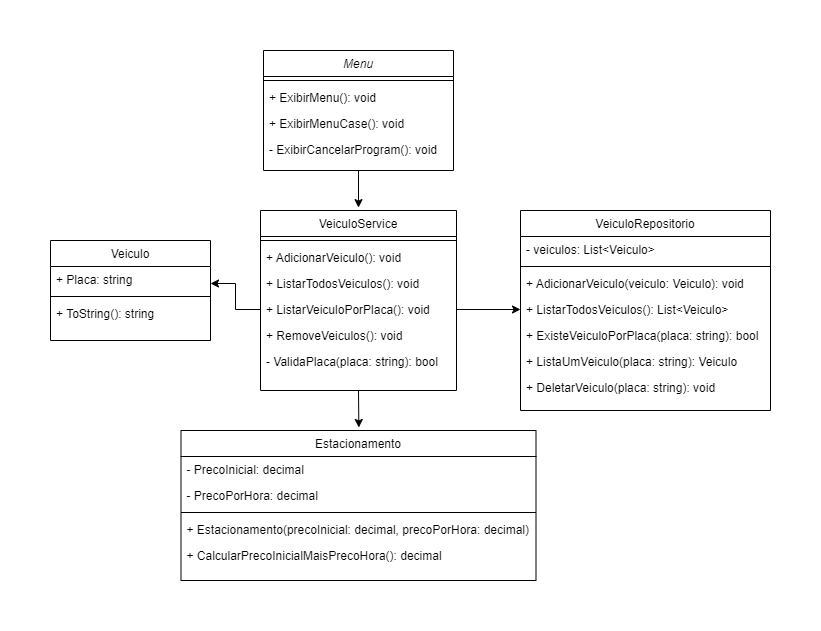
Before: image/diagramaClasse.drawio.png, a diagram exported from draw.io (digitalinnovationone/trilha-net-fundamentos-desafio). Source tidied: cells renumbered, new cells last; positions are measured from the earlier drawing's top-left corner, leaving out a move shared by most shapes.
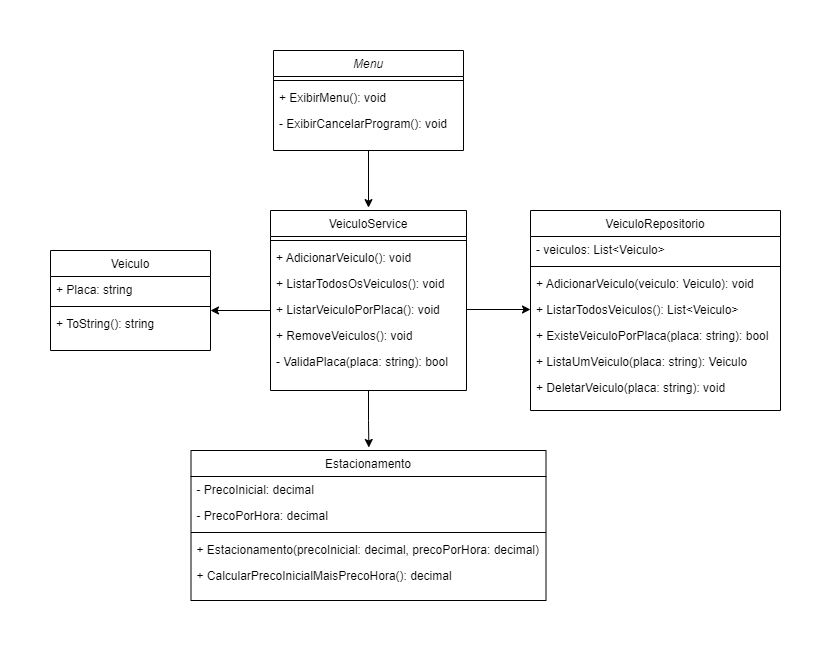
Later version of the same file.

Commit message:
Correção do diagrama de classe

The edit, as a diff of the source:
```diff
@@ -3,7 +3,7 @@
     <mxCell id="0" />
     <mxCell id="1" parent="0" />
     <mxCell id="2" value="Menu" style="swimlane;fontStyle=2;align=center;verticalAlign=top;horizontal=1;startSize=26;rounded=0;shadow=0;strokeWidth=1;" parent="1" vertex="1">
-      <mxGeometry x="213" width="190" height="120" as="geometry" />
+      <mxGeometry x="213" width="190" height="100" as="geometry" />
     </mxCell>
     <mxCell id="3" style="line;html=1;strokeWidth=1;align=left;verticalAlign=middle;spacingTop=-1;spacingLeft=3;spacingRight=3;labelPosition=right;" parent="2" vertex="1">
       <mxGeometry y="26" width="190" height="8" as="geometry" />
@@ -11,14 +11,11 @@
     <mxCell id="4" value="+ ExibirMenu(): void" style="text;align=left;verticalAlign=top;spacingLeft=4;spacingRight=4;overflow=hidden;" parent="2" vertex="1">
       <mxGeometry y="34" width="190" height="26" as="geometry" />
     </mxCell>
-    <mxCell id="5" value="+ ExibirMenuCase(): void" style="text;align=left;verticalAlign=top;spacingLeft=4;spacingRight=4;overflow=hidden;" parent="2" vertex="1">
-      <mxGeometry y="60" width="190" height="26" as="geometry" />
-    </mxCell>
     <mxCell id="6" value="- ExibirCancelarProgram(): void" style="text;align=left;verticalAlign=top;spacingLeft=4;spacingRight=4;overflow=hidden;" parent="2" vertex="1">
-      <mxGeometry y="86" width="190" height="26" as="geometry" />
+      <mxGeometry y="60" width="190" height="26" as="geometry" />
     </mxCell>
     <mxCell id="7" value="Veiculo" style="swimlane;fontStyle=0;align=center;verticalAlign=top;horizontal=1;startSize=26;rounded=0;shadow=0;strokeWidth=1;" parent="1" vertex="1">
-      <mxGeometry y="190" width="160" height="100" as="geometry" />
+      <mxGeometry x="-10" y="200" width="160" height="100" as="geometry" />
     </mxCell>
     <mxCell id="8" value="+ Placa: string" style="text;align=left;verticalAlign=top;spacingLeft=4;spacingRight=4;overflow=hidden;points=[[0,0.5],[1,0.5]];portConstraint=eastwest;" parent="7" vertex="1">
       <mxGeometry y="26" width="160" height="26" as="geometry" />
@@ -62,7 +59,7 @@
     <mxCell id="21" value="+ AdicionarVeiculo(): void" style="text;align=left;verticalAlign=top;spacingLeft=4;spacingRight=4;overflow=hidden;" parent="19" vertex="1">
       <mxGeometry y="34" width="196" height="26" as="geometry" />
     </mxCell>
-    <mxCell id="22" value="+ ListarTodosVeiculos(): void" style="text;align=left;verticalAlign=top;spacingLeft=4;spacingRight=4;overflow=hidden;" parent="19" vertex="1">
+    <mxCell id="22" value="+ ListarTodosOsVeiculos(): void" style="text;align=left;verticalAlign=top;spacingLeft=4;spacingRight=4;overflow=hidden;" parent="19" vertex="1">
       <mxGeometry y="60" width="196" height="26" as="geometry" />
     </mxCell>
     <mxCell id="23" value="+ ListarVeiculoPorPlaca(): void" style="text;align=left;verticalAlign=top;spacingLeft=4;spacingRight=4;overflow=hidden;points=[[0,0.5],[1,0.5]];portConstraint=eastwest;" parent="19" vertex="1">
@@ -75,7 +72,7 @@
       <mxGeometry y="138" width="196" height="26" as="geometry" />
     </mxCell>
     <mxCell id="26" value="Estacionamento" style="swimlane;fontStyle=0;align=center;verticalAlign=top;horizontal=1;startSize=26;rounded=0;shadow=0;strokeWidth=1;" parent="1" vertex="1">
-      <mxGeometry x="130.5" y="380" width="355" height="150" as="geometry" />
+      <mxGeometry x="130.5" y="400" width="355" height="150" as="geometry" />
     </mxCell>
     <mxCell id="27" value="- PrecoInicial: decimal" style="text;align=left;verticalAlign=top;spacingLeft=4;spacingRight=4;overflow=hidden;" parent="26" vertex="1">
       <mxGeometry y="26" width="355" height="26" as="geometry" />
@@ -101,8 +98,15 @@
     <mxCell id="34" style="edgeStyle=orthogonalEdgeStyle;rounded=0;jettySize=auto;html=1;exitX=1;exitY=0.5;exitDx=0;exitDy=0;entryX=0;entryY=0.5;entryDx=0;entryDy=0;" parent="1" edge="1" source="23" target="15">
       <mxGeometry relative="1" as="geometry" />
     </mxCell>
-    <mxCell id="35" style="edgeStyle=orthogonalEdgeStyle;rounded=0;jettySize=auto;html=1;exitX=0;exitY=0.5;exitDx=0;exitDy=0;entryX=1;entryY=0.654;entryDx=0;entryDy=0;entryPerimeter=0;" parent="1" edge="1" source="23" target="8">
-      <mxGeometry relative="1" as="geometry" />
-    </mxCell>
+    <mxCell id="36" style="edgeStyle=orthogonalEdgeStyle;rounded=0;orthogonalLoop=1;jettySize=auto;html=1;" parent="1" edge="1">
+      <mxGeometry relative="1" as="geometry">
+        <mxPoint x="210" y="260" as="sourcePoint" />
+        <mxPoint x="150" y="260" as="targetPoint" />
+        <Array as="points">
+          <mxPoint x="210" y="260" />
+          <mxPoint x="150" y="260" />
+        </Array>
+      </mxGeometry>
+    </mxCell>
   </root>
 </mxGraphModel>
```
